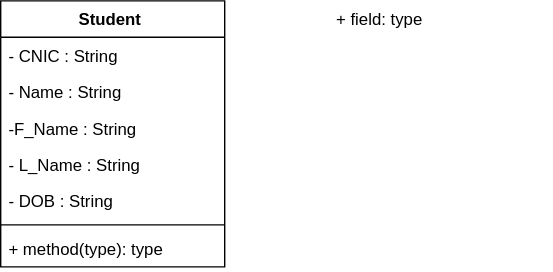
Before: Class Diagram.drawio.svg, a diagram exported from draw.io (Zaeem6100/FYP-Documents). Source tidied: cells renumbered, new cells last; positions are measured from the earlier drawing's top-left corner, leaving out a move shared by most shapes.
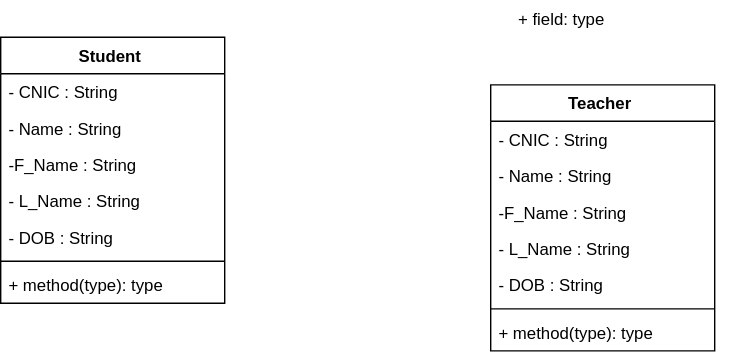
After the change.

The edit, as a diff of the source:
```diff
@@ -3,7 +3,7 @@
     <mxCell id="0" />
     <mxCell id="1" parent="0" />
     <mxCell id="2" value="Student " style="swimlane;fontStyle=1;align=center;verticalAlign=top;horizontal=1;startSize=26;" parent="1" vertex="1">
-      <mxGeometry width="160" height="190" as="geometry" />
+      <mxGeometry x="-130" y="26" width="160" height="190" as="geometry" />
     </mxCell>
     <mxCell id="3" value="- CNIC : String&#10; " style="text;strokeColor=none;fillColor=none;align=left;verticalAlign=top;spacingLeft=4;spacingRight=4;overflow=hidden;" parent="2" vertex="1">
       <mxGeometry y="26" width="160" height="26" as="geometry" />
@@ -29,5 +29,29 @@
     <mxCell id="10" value="+ field: type" style="text;strokeColor=none;fillColor=none;align=left;verticalAlign=top;spacingLeft=4;spacingRight=4;overflow=hidden;" parent="1" vertex="1">
       <mxGeometry x="234" width="160" height="26" as="geometry" />
     </mxCell>
+    <mxCell id="11" value="Teacher " style="swimlane;fontStyle=1;align=center;verticalAlign=top;horizontal=1;startSize=26;" parent="1" vertex="1">
+      <mxGeometry x="220" y="60" width="160" height="190" as="geometry" />
+    </mxCell>
+    <mxCell id="12" value="- CNIC : String&#10; " style="text;strokeColor=none;fillColor=none;align=left;verticalAlign=top;spacingLeft=4;spacingRight=4;overflow=hidden;" parent="11" vertex="1">
+      <mxGeometry y="26" width="160" height="26" as="geometry" />
+    </mxCell>
+    <mxCell id="13" value="- Name : String" style="text;strokeColor=none;fillColor=none;align=left;verticalAlign=top;spacingLeft=4;spacingRight=4;overflow=hidden;" parent="11" vertex="1">
+      <mxGeometry y="52" width="160" height="26" as="geometry" />
+    </mxCell>
+    <mxCell id="14" value="-F_Name : String" style="text;strokeColor=none;fillColor=none;align=left;verticalAlign=top;spacingLeft=4;spacingRight=4;overflow=hidden;" parent="11" vertex="1">
+      <mxGeometry y="78" width="160" height="26" as="geometry" />
+    </mxCell>
+    <mxCell id="15" value="- L_Name : String" style="text;strokeColor=none;fillColor=none;align=left;verticalAlign=top;spacingLeft=4;spacingRight=4;overflow=hidden;" parent="11" vertex="1">
+      <mxGeometry y="104" width="160" height="26" as="geometry" />
+    </mxCell>
+    <mxCell id="16" value="- DOB : String " style="text;strokeColor=none;fillColor=none;align=left;verticalAlign=top;spacingLeft=4;spacingRight=4;overflow=hidden;" parent="11" vertex="1">
+      <mxGeometry y="130" width="160" height="26" as="geometry" />
+    </mxCell>
+    <mxCell id="17" style="line;strokeWidth=1;fillColor=none;align=left;verticalAlign=middle;spacingTop=-1;spacingLeft=3;spacingRight=3;labelPosition=right;" parent="11" vertex="1">
+      <mxGeometry y="156" width="160" height="8" as="geometry" />
+    </mxCell>
+    <mxCell id="18" value="+ method(type): type" style="text;strokeColor=none;fillColor=none;align=left;verticalAlign=top;spacingLeft=4;spacingRight=4;overflow=hidden;" parent="11" vertex="1">
+      <mxGeometry y="164" width="160" height="26" as="geometry" />
+    </mxCell>
   </root>
 </mxGraphModel>
```
